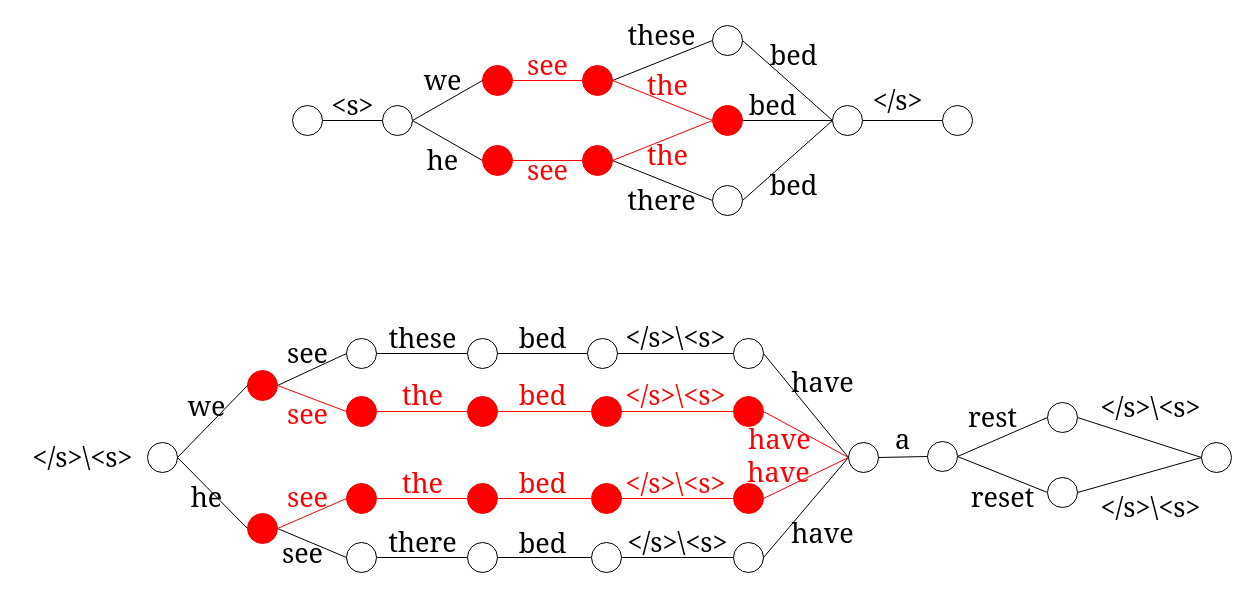
This is History Clustering based Lattice Rescoring.drawio from AmourWaltz/OtherProjects, a draw.io file, before an edit. Source tidied: cells renumbered, new cells numbered last; positions are measured from the earlier drawing's top-left corner, leaving out a move shared by most shapes. Both pictures are drawn from the tidied source at 100%, with x=0, y=0 at pixel (17, 25).
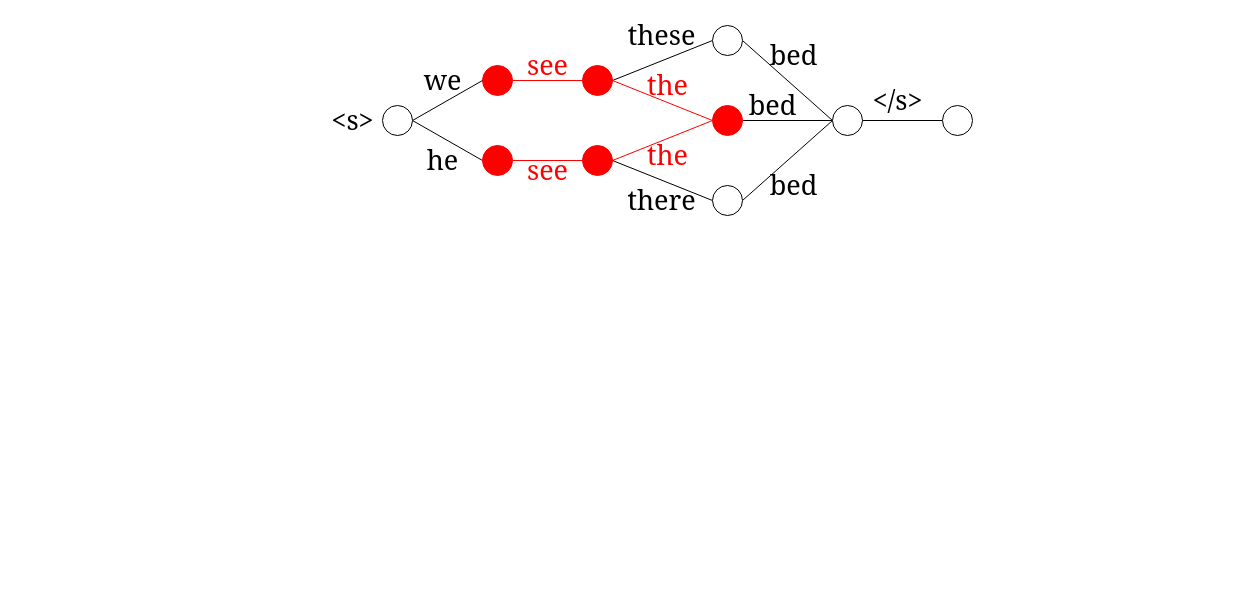
Above is the later version.

The change refers to these unchanged cells:
```xml
<mxCell id="19" style="ellipse;whiteSpace=wrap;html=1;" parent="1" vertex="1">
  <mxGeometry x="365" y="80" width="30" height="30" as="geometry" />
</mxCell>
```

What changed in the source:
```diff
@@
-    <mxCell id="23" style="edgeStyle=orthogonalEdgeStyle;rounded=0;jettySize=auto;html=1;exitX=1;exitY=0.5;exitDx=0;exitDy=0;entryX=0;entryY=0.5;entryDx=0;entryDy=0;fontFamily=Georgia;fontSize=27;endArrow=none;endFill=0;" parent="1" edge="1" source="24" target="19">
-      <mxGeometry relative="1" as="geometry" />
-    </mxCell>
-    <mxCell id="24" style="ellipse;whiteSpace=wrap;html=1;" parent="1" vertex="1">
-      <mxGeometry x="275" y="80" width="30" height="30" as="geometry" />
-    </mxCell>
     <mxCell id="25" value="&lt;font style=&quot;font-size: 27px&quot; face=&quot;Georgia&quot;&gt;&amp;lt;s&amp;gt;&lt;/font&gt;" style="text;html=1;align=center;verticalAlign=middle;strokeColor=none;fillColor=none;" parent="1" vertex="1">
-      <mxGeometry x="305" y="70" width="60" height="20" as="geometry" />
+      <mxGeometry x="305" y="85" width="60" height="20" as="geometry" />
     </mxCell>
@@
-    <mxCell id="38" style="rounded=0;jettySize=auto;html=1;exitX=1;exitY=0.5;exitDx=0;exitDy=0;entryX=0;entryY=0.5;entryDx=0;entryDy=0;endArrow=none;endFill=0;fontColor=#FF0000;strokeColor=#000000;" parent="1" edge="1" source="41" target="43">
-      <mxGeometry relative="1" as="geometry" />
-    </mxCell>
-    <mxCell id="39" style="edgeStyle=none;rounded=0;jettySize=auto;html=1;exitX=1;exitY=0.5;exitDx=0;exitDy=0;entryX=0;entryY=0.5;entryDx=0;entryDy=0;endArrow=none;endFill=0;fontColor=#FF0000;strokeColor=#000000;" parent="1" edge="1" source="61" target="45">
-      <mxGeometry relative="1" as="geometry" />
-    </mxCell>
-    <mxCell id="40" style="edgeStyle=none;rounded=0;jettySize=auto;html=1;exitX=1;exitY=0.5;exitDx=0;exitDy=0;entryX=0;entryY=0.5;entryDx=0;entryDy=0;fontColor=#FF0000;endArrow=none;endFill=0;strokeColor=#FF0000;" parent="1" edge="1" source="41" target="110">
-      <mxGeometry relative="1" as="geometry" />
-    </mxCell>
-    <mxCell id="41" style="ellipse;whiteSpace=wrap;html=1;fillColor=#FF0000;strokeColor=#FF0000;" parent="1" vertex="1">
-      <mxGeometry x="230" y="345" width="30" height="30" as="geometry" />
-    </mxCell>
-    <mxCell id="42" style="edgeStyle=none;rounded=0;jettySize=auto;html=1;exitX=1;exitY=0.5;exitDx=0;exitDy=0;entryX=0;entryY=0.5;entryDx=0;entryDy=0;endArrow=none;endFill=0;" parent="1" edge="1" source="43" target="47">
-      <mxGeometry relative="1" as="geometry" />
-    </mxCell>
-    <mxCell id="43" style="ellipse;whiteSpace=wrap;html=1;fillColor=none;" parent="1" vertex="1">
-      <mxGeometry x="329" y="313" width="30" height="30" as="geometry" />
-    </mxCell>
-    <mxCell id="44" style="edgeStyle=none;rounded=0;jettySize=auto;html=1;exitX=1;exitY=0.5;exitDx=0;exitDy=0;entryX=0;entryY=0.5;entryDx=0;entryDy=0;endArrow=none;endFill=0;" parent="1" edge="1" source="45" target="51">
-      <mxGeometry relative="1" as="geometry" />
-    </mxCell>
-    <mxCell id="45" style="ellipse;whiteSpace=wrap;html=1;fillColor=none;" parent="1" vertex="1">
-      <mxGeometry x="329" y="517" width="30" height="30" as="geometry" />
-    </mxCell>
-    <mxCell id="46" style="edgeStyle=none;rounded=0;jettySize=auto;html=1;exitX=1;exitY=0.5;exitDx=0;exitDy=0;entryX=0;entryY=0.5;entryDx=0;entryDy=0;fontColor=#000000;endArrow=none;endFill=0;strokeColor=#000000;" parent="1" edge="1" source="47" target="94">
-      <mxGeometry relative="1" as="geometry" />
-    </mxCell>
-    <mxCell id="47" style="ellipse;whiteSpace=wrap;html=1;" parent="1" vertex="1">
-      <mxGeometry x="450" y="313" width="30" height="30" as="geometry" />
-    </mxCell>
-    <mxCell id="48" style="edgeStyle=none;rounded=0;jettySize=auto;html=1;exitX=1;exitY=0.5;exitDx=0;exitDy=0;entryX=0;entryY=0.5;entryDx=0;entryDy=0;fontSize=18;endArrow=none;endFill=0;fontColor=#FF0000;strokeColor=#FF0000;" parent="1" edge="1" source="49" target="56">
-      <mxGeometry relative="1" as="geometry" />
-    </mxCell>
-    <mxCell id="49" style="ellipse;whiteSpace=wrap;html=1;fontColor=#FF0000;fillColor=#FF0000;strokeColor=#FF0000;" parent="1" vertex="1">
-      <mxGeometry x="450" y="371" width="30" height="30" as="geometry" />
-    </mxCell>
-    <mxCell id="50" style="edgeStyle=none;rounded=0;jettySize=auto;html=1;exitX=1;exitY=0.5;exitDx=0;exitDy=0;entryX=0;entryY=0.5;entryDx=0;entryDy=0;fontSize=18;endArrow=none;endFill=0;" parent="1" edge="1" source="51" target="101">
-      <mxGeometry relative="1" as="geometry" />
-    </mxCell>
-    <mxCell id="51" style="ellipse;whiteSpace=wrap;html=1;" parent="1" vertex="1">
-      <mxGeometry x="450" y="517" width="30" height="30" as="geometry" />
-    </mxCell>
-    <mxCell id="52" style="edgeStyle=none;rounded=0;jettySize=auto;html=1;exitX=1;exitY=0.5;exitDx=0;exitDy=0;entryX=0;entryY=0.5;entryDx=0;entryDy=0;fontSize=18;endArrow=none;endFill=0;" parent="1" edge="1" source="54" target="41">
-      <mxGeometry relative="1" as="geometry" />
-    </mxCell>
-    <mxCell id="53" style="rounded=0;jettySize=auto;html=1;exitX=1;exitY=0.5;exitDx=0;exitDy=0;entryX=0;entryY=0.5;entryDx=0;entryDy=0;fontFamily=Georgia;fontSize=27;endArrow=none;endFill=0;" parent="1" edge="1" source="54" target="61">
-      <mxGeometry relative="1" as="geometry" />
-    </mxCell>
-    <mxCell id="54" style="ellipse;whiteSpace=wrap;html=1;" parent="1" vertex="1">
-      <mxGeometry x="130" y="417" width="30" height="30" as="geometry" />
-    </mxCell>
-    <mxCell id="55" style="edgeStyle=none;rounded=0;jettySize=auto;html=1;exitX=1;exitY=0.5;exitDx=0;exitDy=0;entryX=0;entryY=0.5;entryDx=0;entryDy=0;fontSize=18;endArrow=none;endFill=0;fontColor=#FF0000;strokeColor=#FF0000;" parent="1" edge="1" source="56" target="58">
-      <mxGeometry relative="1" as="geometry" />
-    </mxCell>
-    <mxCell id="56" style="ellipse;whiteSpace=wrap;html=1;fontColor=#FF0000;fillColor=#FF0000;strokeColor=#FF0000;" parent="1" vertex="1">
-      <mxGeometry x="574" y="371" width="30" height="30" as="geometry" />
-    </mxCell>
-    <mxCell id="57" style="edgeStyle=none;rounded=0;jettySize=auto;html=1;exitX=1;exitY=0.5;exitDx=0;exitDy=0;entryX=0;entryY=0.5;entryDx=0;entryDy=0;fontColor=#FF0000;endArrow=none;endFill=0;strokeColor=#FF0000;" parent="1" edge="1" source="58" target="105">
-      <mxGeometry relative="1" as="geometry" />
-    </mxCell>
-    <mxCell id="58" style="ellipse;whiteSpace=wrap;html=1;fontColor=#FF0000;fillColor=#FF0000;strokeColor=#FF0000;" parent="1" vertex="1">
-      <mxGeometry x="716" y="371" width="30" height="30" as="geometry" />
-    </mxCell>
-    <mxCell id="59" value="&lt;span style=&quot;font-family: &amp;#34;georgia&amp;#34; ; font-size: 27px&quot;&gt;&amp;lt;/s&amp;gt;\&amp;lt;s&amp;gt;&lt;/span&gt;" style="text;html=1;align=center;verticalAlign=middle;strokeColor=none;fillColor=none;" parent="1" vertex="1">
-      <mxGeometry y="422" width="130" height="20" as="geometry" />
-    </mxCell>
-    <mxCell id="60" style="edgeStyle=none;rounded=0;jettySize=auto;html=1;exitX=1;exitY=0.5;exitDx=0;exitDy=0;entryX=0;entryY=0.5;entryDx=0;entryDy=0;fontColor=#FF0000;endArrow=none;endFill=0;strokeColor=#FF0000;" parent="1" edge="1" source="61" target="112">
-      <mxGeometry relative="1" as="geometry" />
-    </mxCell>
-    <mxCell id="61" style="ellipse;whiteSpace=wrap;html=1;fillColor=#FF0000;strokeColor=#FF0000;" parent="1" vertex="1">
-      <mxGeometry x="230" y="488" width="30" height="30" as="geometry" />
-    </mxCell>
-    <mxCell id="62" value="&lt;font style=&quot;font-size: 27px&quot; face=&quot;Georgia&quot;&gt;we&lt;/font&gt;" style="text;html=1;align=center;verticalAlign=middle;strokeColor=none;fillColor=none;" parent="1" vertex="1">
-      <mxGeometry x="164" y="371" width="50" height="20" as="geometry" />
-    </mxCell>
-    <mxCell id="63" value="&lt;font style=&quot;font-size: 27px&quot; face=&quot;Georgia&quot;&gt;he&lt;/font&gt;" style="text;html=1;align=center;verticalAlign=middle;strokeColor=none;fillColor=none;" parent="1" vertex="1">
-      <mxGeometry x="169" y="462" width="40" height="20" as="geometry" />
-    </mxCell>
-    <mxCell id="64" value="&lt;font style=&quot;font-size: 27px&quot; face=&quot;Georgia&quot;&gt;see&lt;/font&gt;" style="text;html=1;align=center;verticalAlign=middle;fillColor=none;" parent="1" vertex="1">
-      <mxGeometry x="265" y="318" width="50" height="20" as="geometry" />
-    </mxCell>
-    <mxCell id="65" value="&lt;font style=&quot;font-size: 27px&quot; face=&quot;Georgia&quot;&gt;see&lt;/font&gt;" style="text;html=1;align=center;verticalAlign=middle;fillColor=none;" parent="1" vertex="1">
-      <mxGeometry x="260" y="518" width="50" height="20" as="geometry" />
-    </mxCell>
-    <mxCell id="66" value="&lt;font style=&quot;font-size: 27px&quot; face=&quot;Georgia&quot;&gt;the&lt;/font&gt;" style="text;html=1;align=center;verticalAlign=middle;strokeColor=none;fillColor=none;fontColor=#FF0000;" parent="1" vertex="1">
-      <mxGeometry x="380" y="448" width="50" height="20" as="geometry" />
-    </mxCell>
-    <mxCell id="67" value="&lt;font style=&quot;font-size: 27px&quot; face=&quot;Georgia&quot;&gt;the&lt;/font&gt;" style="text;html=1;align=center;verticalAlign=middle;strokeColor=none;fillColor=none;fontColor=#FF0000;" parent="1" vertex="1">
-      <mxGeometry x="380" y="360" width="50" height="20" as="geometry" />
-    </mxCell>
-    <mxCell id="68" value="&lt;font style=&quot;font-size: 27px&quot; face=&quot;Georgia&quot;&gt;these&lt;/font&gt;" style="text;html=1;align=center;verticalAlign=middle;strokeColor=none;fillColor=none;" parent="1" vertex="1">
-      <mxGeometry x="365" y="303" width="80" height="20" as="geometry" />
-    </mxCell>
-    <mxCell id="69" value="&lt;font style=&quot;font-size: 27px&quot; face=&quot;Georgia&quot;&gt;there&lt;/font&gt;" style="text;html=1;align=center;verticalAlign=middle;strokeColor=none;fillColor=none;" parent="1" vertex="1">
-      <mxGeometry x="365" y="507" width="80" height="20" as="geometry" />
-    </mxCell>
-    <mxCell id="70" value="&lt;font style=&quot;font-size: 27px&quot; face=&quot;Georgia&quot;&gt;bed&lt;/font&gt;" style="text;html=1;align=center;verticalAlign=middle;strokeColor=none;fillColor=none;fontColor=#000000;" parent="1" vertex="1">
-      <mxGeometry x="495" y="303" width="60" height="20" as="geometry" />
-    </mxCell>
-    <mxCell id="71" value="&lt;font style=&quot;font-size: 27px&quot; face=&quot;Georgia&quot;&gt;bed&lt;/font&gt;" style="text;html=1;align=center;verticalAlign=middle;strokeColor=none;fillColor=none;fontColor=#FF0000;" parent="1" vertex="1">
-      <mxGeometry x="495" y="360" width="60" height="20" as="geometry" />
-    </mxCell>
-    <mxCell id="72" value="&lt;font style=&quot;font-size: 27px&quot; face=&quot;Georgia&quot;&gt;&amp;lt;/s&amp;gt;\&amp;lt;s&amp;gt;&lt;/font&gt;" style="text;html=1;align=center;verticalAlign=middle;strokeColor=none;fillColor=none;fontColor=#000000;" parent="1" vertex="1">
-      <mxGeometry x="593" y="302" width="130" height="20" as="geometry" />
-    </mxCell>
-    <mxCell id="73" style="edgeStyle=none;rounded=0;jettySize=auto;html=1;exitX=1;exitY=0.5;exitDx=0;exitDy=0;entryX=0;entryY=0.5;entryDx=0;entryDy=0;fontSize=18;endArrow=none;endFill=0;" parent="1" edge="1" source="75" target="77">
-      <mxGeometry relative="1" as="geometry" />
-    </mxCell>
-    <mxCell id="74" style="edgeStyle=none;rounded=0;jettySize=auto;html=1;exitX=1;exitY=0.5;exitDx=0;exitDy=0;entryX=0;entryY=0.5;entryDx=0;entryDy=0;fontSize=18;endArrow=none;endFill=0;" parent="1" edge="1" source="75" target="79">
-      <mxGeometry relative="1" as="geometry" />
-    </mxCell>
-    <mxCell id="75" style="ellipse;whiteSpace=wrap;html=1;fillColor=none;" parent="1" vertex="1">
-      <mxGeometry x="910" y="416" width="30" height="30" as="geometry" />
-    </mxCell>
-    <mxCell id="76" style="edgeStyle=none;rounded=0;jettySize=auto;html=1;exitX=1;exitY=0.5;exitDx=0;exitDy=0;entryX=0;entryY=0.5;entryDx=0;entryDy=0;fontSize=18;endArrow=none;endFill=0;" parent="1" edge="1" source="77" target="80">
-      <mxGeometry relative="1" as="geometry" />
-    </mxCell>
-    <mxCell id="77" style="ellipse;whiteSpace=wrap;html=1;" parent="1" vertex="1">
-      <mxGeometry x="1030" y="377" width="30" height="30" as="geometry" />
-    </mxCell>
-    <mxCell id="78" style="edgeStyle=none;rounded=0;jettySize=auto;html=1;exitX=1;exitY=0.5;exitDx=0;exitDy=0;fontSize=18;endArrow=none;endFill=0;entryX=0;entryY=0.5;entryDx=0;entryDy=0;" parent="1" edge="1" source="79" target="80">
-      <mxGeometry relative="1" as="geometry" />
-    </mxCell>
-    <mxCell id="79" style="ellipse;whiteSpace=wrap;html=1;" parent="1" vertex="1">
-      <mxGeometry x="1030" y="452" width="30" height="30" as="geometry" />
-    </mxCell>
-    <mxCell id="80" style="ellipse;whiteSpace=wrap;html=1;" parent="1" vertex="1">
-      <mxGeometry x="1184" y="417" width="30" height="30" as="geometry" />
-    </mxCell>
-    <mxCell id="81" value="&lt;font style=&quot;font-size: 27px&quot; face=&quot;Georgia&quot;&gt;rest&lt;/font&gt;" style="text;html=1;align=center;verticalAlign=middle;strokeColor=none;fillColor=none;" parent="1" vertex="1">
-      <mxGeometry x="945" y="382" width="60" height="20" as="geometry" />
-    </mxCell>
-    <mxCell id="82" value="&lt;font style=&quot;font-size: 27px&quot; face=&quot;Georgia&quot;&gt;reset&lt;/font&gt;" style="text;html=1;align=center;verticalAlign=middle;strokeColor=none;fillColor=none;" parent="1" vertex="1">
-      <mxGeometry x="950" y="462" width="70" height="20" as="geometry" />
-    </mxCell>
-    <mxCell id="83" value="&lt;font style=&quot;font-size: 27px&quot; face=&quot;Georgia&quot;&gt;&amp;lt;/s&amp;gt;\&amp;lt;s&amp;gt;&lt;/font&gt;" style="text;html=1;align=center;verticalAlign=middle;strokeColor=none;fillColor=none;" parent="1" vertex="1">
-      <mxGeometry x="1068" y="372" width="130" height="20" as="geometry" />
-    </mxCell>
-    <mxCell id="84" value="&lt;font style=&quot;font-size: 27px&quot; face=&quot;Georgia&quot;&gt;&amp;lt;/s&amp;gt;\&amp;lt;s&amp;gt;&lt;/font&gt;" style="text;html=1;align=center;verticalAlign=middle;strokeColor=none;fillColor=none;" parent="1" vertex="1">
-      <mxGeometry x="1068" y="472" width="130" height="20" as="geometry" />
-    </mxCell>
@@
-    <mxCell id="86" style="edgeStyle=none;rounded=0;jettySize=auto;html=1;exitX=1;exitY=0.5;exitDx=0;exitDy=0;fontColor=#FF0000;endArrow=none;endFill=0;strokeColor=#000000;entryX=0;entryY=0.5;entryDx=0;entryDy=0;" parent="1" edge="1" source="87" target="105">
-      <mxGeometry relative="1" as="geometry" />
-    </mxCell>
-    <mxCell id="87" style="ellipse;whiteSpace=wrap;html=1;fillColor=none;" parent="1" vertex="1">
-      <mxGeometry x="716" y="517" width="30" height="30" as="geometry" />
-    </mxCell>
-    <mxCell id="88" style="edgeStyle=none;rounded=0;jettySize=auto;html=1;exitX=1;exitY=0.5;exitDx=0;exitDy=0;fontColor=#FF0000;endArrow=none;endFill=0;strokeColor=#FF0000;entryX=0;entryY=0.5;entryDx=0;entryDy=0;" parent="1" edge="1" source="89" target="105">
-      <mxGeometry relative="1" as="geometry" />
-    </mxCell>
-    <mxCell id="89" style="ellipse;whiteSpace=wrap;html=1;fontColor=#FF0000;fillColor=#FF0000;strokeColor=#FF0000;" parent="1" vertex="1">
-      <mxGeometry x="716" y="458" width="30" height="30" as="geometry" />
-    </mxCell>
-    <mxCell id="90" style="edgeStyle=none;rounded=0;jettySize=auto;html=1;exitX=1;exitY=0.5;exitDx=0;exitDy=0;entryX=0;entryY=0.5;entryDx=0;entryDy=0;fontColor=#FF0000;endArrow=none;endFill=0;strokeColor=#000000;" parent="1" edge="1" source="91" target="105">
-      <mxGeometry relative="1" as="geometry" />
-    </mxCell>
-    <mxCell id="91" style="ellipse;whiteSpace=wrap;html=1;fillColor=none;" parent="1" vertex="1">
-      <mxGeometry x="716" y="313" width="30" height="30" as="geometry" />
-    </mxCell>
-    <mxCell id="92" value="&lt;font style=&quot;font-size: 27px&quot; face=&quot;Georgia&quot;&gt;have&lt;/font&gt;" style="text;html=1;align=center;verticalAlign=middle;strokeColor=none;fillColor=none;fontColor=#000000;" parent="1" vertex="1">
-      <mxGeometry x="770" y="347" width="70" height="20" as="geometry" />
-    </mxCell>
-    <mxCell id="93" style="edgeStyle=none;rounded=0;jettySize=auto;html=1;exitX=1;exitY=0.5;exitDx=0;exitDy=0;entryX=0;entryY=0.5;entryDx=0;entryDy=0;fontColor=#000000;endArrow=none;endFill=0;strokeColor=#000000;" parent="1" edge="1" source="94" target="91">
-      <mxGeometry relative="1" as="geometry" />
-    </mxCell>
-    <mxCell id="94" style="ellipse;whiteSpace=wrap;html=1;" parent="1" vertex="1">
-      <mxGeometry x="570" y="313" width="30" height="30" as="geometry" />
-    </mxCell>
-    <mxCell id="95" style="edgeStyle=none;rounded=0;jettySize=auto;html=1;exitX=1;exitY=0.5;exitDx=0;exitDy=0;entryX=0;entryY=0.5;entryDx=0;entryDy=0;fontColor=#FF0000;endArrow=none;endFill=0;strokeColor=#FF0000;" parent="1" edge="1" source="96" target="99">
-      <mxGeometry relative="1" as="geometry" />
-    </mxCell>
-    <mxCell id="96" style="ellipse;whiteSpace=wrap;html=1;fontColor=#FF0000;fillColor=#FF0000;strokeColor=#FF0000;" parent="1" vertex="1">
-      <mxGeometry x="450" y="458" width="30" height="30" as="geometry" />
-    </mxCell>
-    <mxCell id="97" value="&lt;font style=&quot;font-size: 27px&quot; face=&quot;Georgia&quot;&gt;&amp;lt;/s&amp;gt;\&amp;lt;s&amp;gt;&lt;/font&gt;" style="text;html=1;align=center;verticalAlign=middle;strokeColor=none;fillColor=none;fontColor=#FF0000;" parent="1" vertex="1">
-      <mxGeometry x="593" y="360" width="130" height="20" as="geometry" />
-    </mxCell>
-    <mxCell id="98" style="edgeStyle=none;rounded=0;jettySize=auto;html=1;exitX=1;exitY=0.5;exitDx=0;exitDy=0;entryX=0;entryY=0.5;entryDx=0;entryDy=0;fontColor=#FF0000;endArrow=none;endFill=0;strokeColor=#FF0000;" parent="1" edge="1" source="99" target="89">
-      <mxGeometry relative="1" as="geometry" />
-    </mxCell>
-    <mxCell id="99" style="ellipse;whiteSpace=wrap;html=1;fontColor=#FF0000;fillColor=#FF0000;strokeColor=#FF0000;" parent="1" vertex="1">
-      <mxGeometry x="574" y="458" width="30" height="30" as="geometry" />
-    </mxCell>
-    <mxCell id="100" style="edgeStyle=none;rounded=0;jettySize=auto;html=1;exitX=1;exitY=0.5;exitDx=0;exitDy=0;entryX=0;entryY=0.5;entryDx=0;entryDy=0;fontColor=#FF0000;endArrow=none;endFill=0;strokeColor=#000000;" parent="1" edge="1" source="101" target="87">
-      <mxGeometry relative="1" as="geometry" />
-    </mxCell>
-    <mxCell id="101" style="ellipse;whiteSpace=wrap;html=1;" parent="1" vertex="1">
-      <mxGeometry x="574" y="517" width="30" height="30" as="geometry" />
-    </mxCell>
-    <mxCell id="102" value="&lt;font style=&quot;font-size: 27px&quot; face=&quot;Georgia&quot;&gt;bed&lt;/font&gt;" style="text;html=1;align=center;verticalAlign=middle;strokeColor=none;fillColor=none;fontColor=#FF0000;" parent="1" vertex="1">
-      <mxGeometry x="495" y="448" width="60" height="20" as="geometry" />
-    </mxCell>
-    <mxCell id="103" value="&lt;font style=&quot;font-size: 27px&quot; face=&quot;Georgia&quot;&gt;bed&lt;/font&gt;" style="text;html=1;align=center;verticalAlign=middle;strokeColor=none;fillColor=none;fontColor=#000000;" parent="1" vertex="1">
-      <mxGeometry x="495" y="508" width="60" height="20" as="geometry" />
-    </mxCell>
-    <mxCell id="104" style="edgeStyle=none;rounded=0;jettySize=auto;html=1;exitX=1;exitY=0.5;exitDx=0;exitDy=0;entryX=0;entryY=0.5;entryDx=0;entryDy=0;fontColor=#FF0000;endArrow=none;endFill=0;strokeColor=#000000;" parent="1" edge="1" source="105" target="75">
-      <mxGeometry relative="1" as="geometry" />
-    </mxCell>
-    <mxCell id="105" style="ellipse;whiteSpace=wrap;html=1;fillColor=none;" parent="1" vertex="1">
-      <mxGeometry x="831" y="417" width="30" height="30" as="geometry" />
-    </mxCell>
-    <mxCell id="106" value="&lt;font style=&quot;font-size: 27px&quot; face=&quot;Georgia&quot;&gt;&amp;lt;/s&amp;gt;\&amp;lt;s&amp;gt;&lt;/font&gt;" style="text;html=1;align=center;verticalAlign=middle;strokeColor=none;fillColor=none;fontColor=#000000;" parent="1" vertex="1">
-      <mxGeometry x="595" y="507" width="130" height="20" as="geometry" />
-    </mxCell>
-    <mxCell id="107" value="&lt;font style=&quot;font-size: 27px&quot; face=&quot;Georgia&quot;&gt;&amp;lt;/s&amp;gt;\&amp;lt;s&amp;gt;&lt;/font&gt;" style="text;html=1;align=center;verticalAlign=middle;strokeColor=none;fillColor=none;fontColor=#FF0000;" parent="1" vertex="1">
-      <mxGeometry x="593" y="448" width="130" height="20" as="geometry" />
-    </mxCell>
-    <mxCell id="108" value="&lt;font style=&quot;font-size: 27px&quot; face=&quot;Georgia&quot;&gt;a&lt;/font&gt;" style="text;html=1;align=center;verticalAlign=middle;strokeColor=none;fillColor=none;fontColor=#000000;" parent="1" vertex="1">
-      <mxGeometry x="870" y="404" width="30" height="20" as="geometry" />
-    </mxCell>
-    <mxCell id="109" style="edgeStyle=none;rounded=0;jettySize=auto;html=1;exitX=1;exitY=0.5;exitDx=0;exitDy=0;entryX=0;entryY=0.5;entryDx=0;entryDy=0;fontColor=#000000;endArrow=none;endFill=0;strokeColor=#FF0000;" parent="1" edge="1" source="110" target="49">
-      <mxGeometry relative="1" as="geometry" />
-    </mxCell>
-    <mxCell id="110" style="ellipse;whiteSpace=wrap;html=1;fontColor=#FF0000;fillColor=#FF0000;strokeColor=#FF0000;" parent="1" vertex="1">
-      <mxGeometry x="329" y="371" width="30" height="30" as="geometry" />
-    </mxCell>
-    <mxCell id="111" style="edgeStyle=none;rounded=0;jettySize=auto;html=1;exitX=1;exitY=0.5;exitDx=0;exitDy=0;entryX=0;entryY=0.5;entryDx=0;entryDy=0;fontColor=#000000;endArrow=none;endFill=0;strokeColor=#FF0000;" parent="1" edge="1" source="112" target="96">
-      <mxGeometry relative="1" as="geometry" />
-    </mxCell>
-    <mxCell id="112" style="ellipse;whiteSpace=wrap;html=1;fontColor=#FF0000;fillColor=#FF0000;strokeColor=#FF0000;" parent="1" vertex="1">
-      <mxGeometry x="329" y="458" width="30" height="30" as="geometry" />
-    </mxCell>
-    <mxCell id="113" value="&lt;font style=&quot;font-size: 27px&quot; face=&quot;Georgia&quot;&gt;see&lt;/font&gt;" style="text;html=1;align=center;verticalAlign=middle;fillColor=none;fontColor=#FF0000;" parent="1" vertex="1">
-      <mxGeometry x="265" y="462" width="50" height="20" as="geometry" />
-    </mxCell>
-    <mxCell id="114" value="&lt;font style=&quot;font-size: 27px&quot; face=&quot;Georgia&quot;&gt;see&lt;/font&gt;" style="text;html=1;align=center;verticalAlign=middle;fillColor=none;fontColor=#FF0000;" parent="1" vertex="1">
-      <mxGeometry x="265" y="379" width="50" height="20" as="geometry" />
-    </mxCell>
-    <mxCell id="115" value="&lt;font style=&quot;font-size: 27px&quot; face=&quot;Georgia&quot;&gt;have&lt;/font&gt;" style="text;html=1;align=center;verticalAlign=middle;strokeColor=none;fillColor=none;fontColor=#FF0000;" parent="1" vertex="1">
-      <mxGeometry x="727" y="404" width="70" height="20" as="geometry" />
-    </mxCell>
-    <mxCell id="116" value="&lt;font style=&quot;font-size: 27px&quot; face=&quot;Georgia&quot;&gt;have&lt;/font&gt;" style="text;html=1;align=center;verticalAlign=middle;strokeColor=none;fillColor=none;fontColor=#FF0000;" parent="1" vertex="1">
-      <mxGeometry x="726" y="437" width="70" height="20" as="geometry" />
-    </mxCell>
-    <mxCell id="117" value="&lt;font style=&quot;font-size: 27px&quot; face=&quot;Georgia&quot;&gt;have&lt;/font&gt;" style="text;html=1;align=center;verticalAlign=middle;strokeColor=none;fillColor=none;fontColor=#000000;" parent="1" vertex="1">
-      <mxGeometry x="770" y="498" width="70" height="20" as="geometry" />
-    </mxCell>
```
